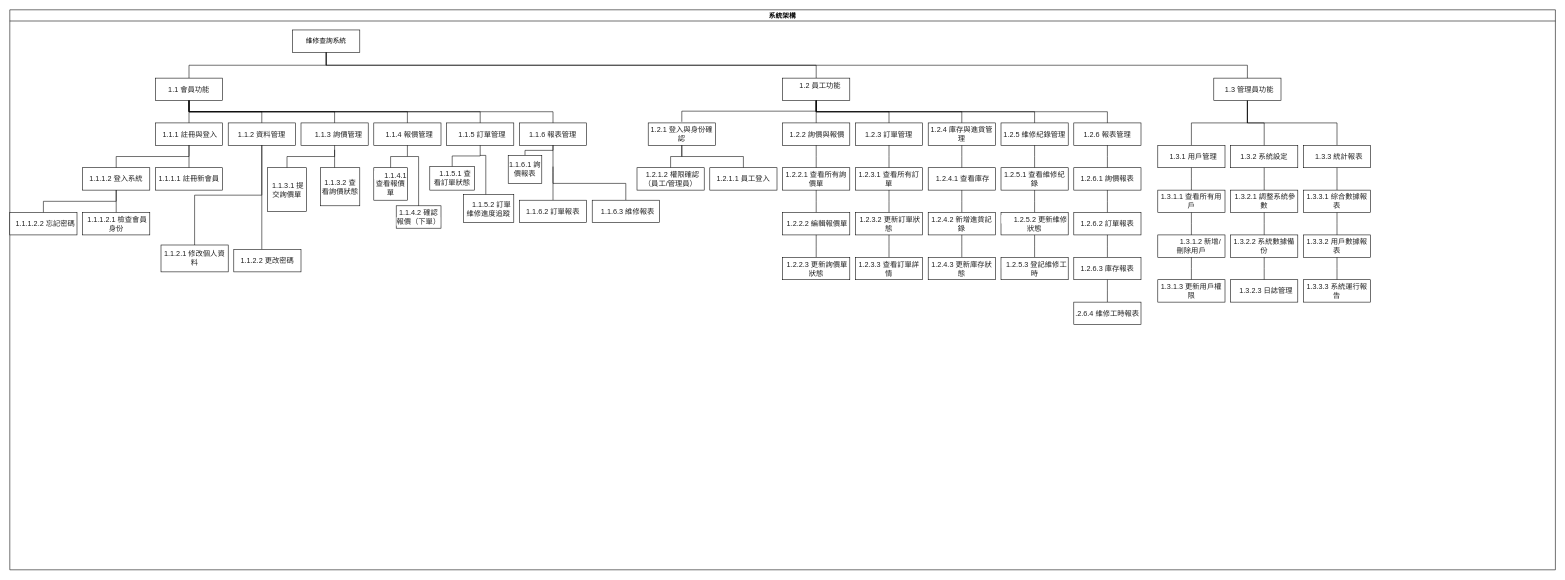
This is 維修查詢系統架構圖.drawio from hak99101314/Maintenance-inquiry-system, a draw.io file, before an edit. Source tidied: cells renumbered, new cells numbered last; positions are measured from the earlier drawing's top-left corner, leaving out a move shared by most shapes. Both pictures are drawn from the tidied source at 56%, with x=0, y=0 at pixel (10, 10).
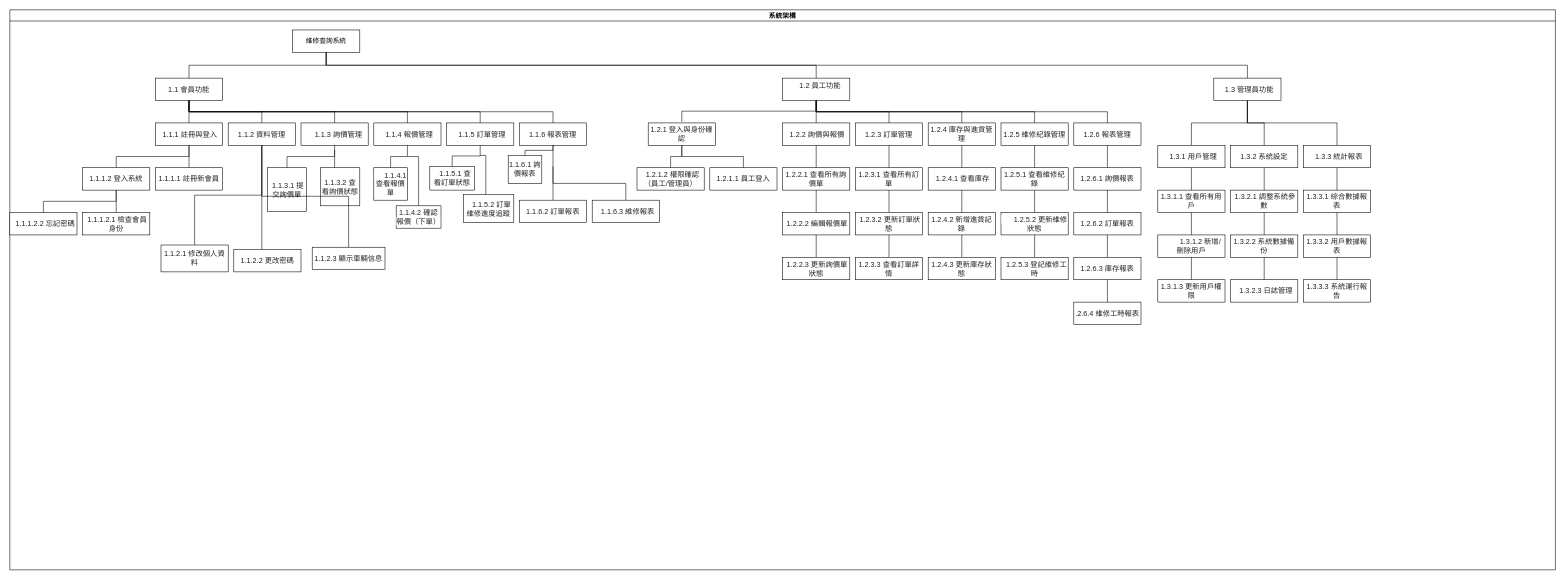
Above is the later version.

Commit message:
更新維修查詢系統架構圖.drawio

The change refers to these unchanged cells:
```xml
<mxCell id="2" value="系統架構" style="swimlane;startSize=20;horizontal=1;containerType=tree;textShadow=0;" parent="1" vertex="1">
  <mxGeometry width="2760" height="1000" as="geometry" />
</mxCell>
<mxCell id="19" value="&lt;span style=&quot;color: rgb(34, 34, 34); font-family: Arial, Helvetica, sans-serif; font-size: small; text-align: start; background-color: rgb(255, 255, 255);&quot;&gt;1.1.2 資料管理&lt;/span&gt;" style="whiteSpace=wrap;html=1;newEdgeStyle={&quot;edgeStyle&quot;:&quot;elbowEdgeStyle&quot;,&quot;startArrow&quot;:&quot;none&quot;,&quot;endArrow&quot;:&quot;none&quot;};" parent="2" vertex="1">
  <mxGeometry x="390" y="202" width="120" height="40" as="geometry" />
</mxCell>
```

Diff of the diagram source:
```diff
@@
+    <mxCell id="124" style="edgeStyle=elbowEdgeStyle;rounded=0;jettySize=auto;html=1;elbow=vertical;startArrow=none;endArrow=none;" parent="2" edge="1" source="19" target="125">
+      <mxGeometry relative="1" as="geometry" />
+    </mxCell>
+    <mxCell id="125" value="&lt;span style=&quot;color: rgb(34, 34, 34); font-family: Arial, Helvetica, sans-serif; font-size: small; text-align: start; background-color: rgb(255, 255, 255);&quot;&gt;1.1.2.3 顯示車輛信息&lt;/span&gt;" style="whiteSpace=wrap;html=1;newEdgeStyle={&quot;edgeStyle&quot;:&quot;elbowEdgeStyle&quot;,&quot;startArrow&quot;:&quot;none&quot;,&quot;endArrow&quot;:&quot;none&quot;};" parent="2" vertex="1">
+      <mxGeometry x="540" y="424" width="130" height="40" as="geometry" />
+    </mxCell>
```
